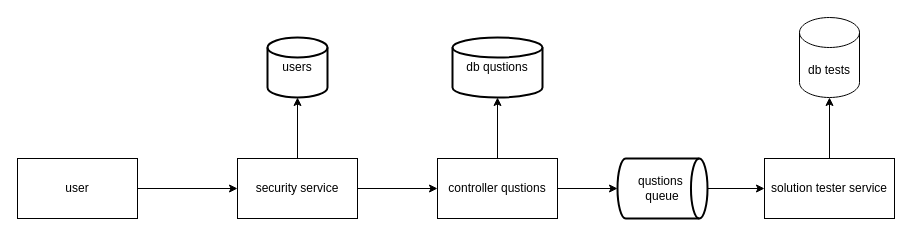
AymanGosh/React-Rush keeps this draw.io diagram as docs/micro servers diagram.drawio. Above is the earlier version. Source tidied: cells renumbered, new cells numbered last; positions are measured from the earlier drawing's top-left corner, leaving out a move shared by most shapes. Both pictures are drawn from the tidied source at 100%, with x=0, y=0 at pixel (17, 17).
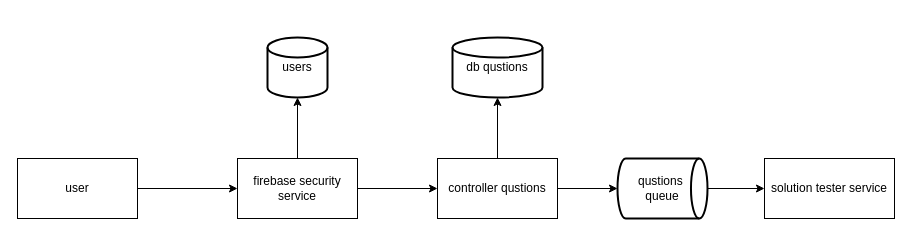
After the change.

What changed in the source:
```diff
@@
 <mxGraphModel>
   <root>
     <mxCell id="0" />
     <mxCell id="1" parent="0" />
     <mxCell id="2" value="solution tester service" style="rounded=0;whiteSpace=wrap;html=1;" parent="1" vertex="1">
       <mxGeometry x="747" y="141" width="130" height="60" as="geometry" />
     </mxCell>
     <mxCell id="3" style="edgeStyle=orthogonalEdgeStyle;rounded=0;jettySize=auto;html=1;" parent="1" edge="1" source="4" target="7">
       <mxGeometry relative="1" as="geometry" />
     </mxCell>
     <mxCell id="4" value="user" style="rounded=0;whiteSpace=wrap;html=1;" parent="1" vertex="1">
       <mxGeometry y="141" width="120" height="60" as="geometry" />
     </mxCell>
     <mxCell id="5" value="db qustions" style="strokeWidth=2;html=1;shape=mxgraph.flowchart.database;whiteSpace=wrap;" parent="1" vertex="1">
       <mxGeometry x="435" y="20" width="90" height="60" as="geometry" />
     </mxCell>
     <mxCell id="6" style="edgeStyle=orthogonalEdgeStyle;rounded=0;jettySize=auto;html=1;" parent="1" edge="1" source="7" target="10">
       <mxGeometry relative="1" as="geometry" />
     </mxCell>
-    <mxCell id="7" value="security service" style="rounded=0;whiteSpace=wrap;html=1;" parent="1" vertex="1">
+    <mxCell id="7" value="firebase security service" style="rounded=0;whiteSpace=wrap;html=1;" parent="1" vertex="1">
       <mxGeometry x="220" y="141" width="120" height="60" as="geometry" />
     </mxCell>
     <mxCell id="8" style="edgeStyle=orthogonalEdgeStyle;rounded=0;jettySize=auto;html=1;" parent="1" edge="1" source="10" target="5">
       <mxGeometry relative="1" as="geometry" />
     </mxCell>
     <mxCell id="9" style="edgeStyle=orthogonalEdgeStyle;rounded=0;jettySize=auto;html=1;" parent="1" edge="1" source="10" target="13">
       <mxGeometry relative="1" as="geometry" />
     </mxCell>
     <mxCell id="10" value="controller qustions" style="rounded=0;whiteSpace=wrap;html=1;" parent="1" vertex="1">
       <mxGeometry x="420" y="141" width="120" height="60" as="geometry" />
     </mxCell>
     <mxCell id="11" value="users" style="strokeWidth=2;html=1;shape=mxgraph.flowchart.database;whiteSpace=wrap;" parent="1" vertex="1">
       <mxGeometry x="250" y="20" width="60" height="60" as="geometry" />
     </mxCell>
     <mxCell id="12" style="edgeStyle=orthogonalEdgeStyle;rounded=0;jettySize=auto;html=1;" parent="1" edge="1" source="13" target="2">
       <mxGeometry relative="1" as="geometry" />
     </mxCell>
     <mxCell id="13" value="qustions&amp;nbsp;&lt;br&gt;queue" style="strokeWidth=2;html=1;shape=mxgraph.flowchart.direct_data;whiteSpace=wrap;" parent="1" vertex="1">
       <mxGeometry x="600" y="141" width="90" height="60" as="geometry" />
     </mxCell>
     <mxCell id="14" style="edgeStyle=orthogonalEdgeStyle;rounded=0;jettySize=auto;html=1;entryX=0.5;entryY=1;entryDx=0;entryDy=0;entryPerimeter=0;" parent="1" edge="1" source="7" target="11">
       <mxGeometry relative="1" as="geometry" />
     </mxCell>
-    <mxCell id="15" value="db tests" style="shape=cylinder3;whiteSpace=wrap;html=1;boundedLbl=1;backgroundOutline=1;size=15;" parent="1" vertex="1">
-      <mxGeometry x="782" width="60" height="80" as="geometry" />
-    </mxCell>
-    <mxCell id="16" style="edgeStyle=orthogonalEdgeStyle;rounded=0;jettySize=auto;html=1;entryX=0.5;entryY=1;entryDx=0;entryDy=0;entryPerimeter=0;" parent="1" edge="1" source="2" target="15">
-      <mxGeometry relative="1" as="geometry" />
-    </mxCell>
   </root>
 </mxGraphModel>
```
